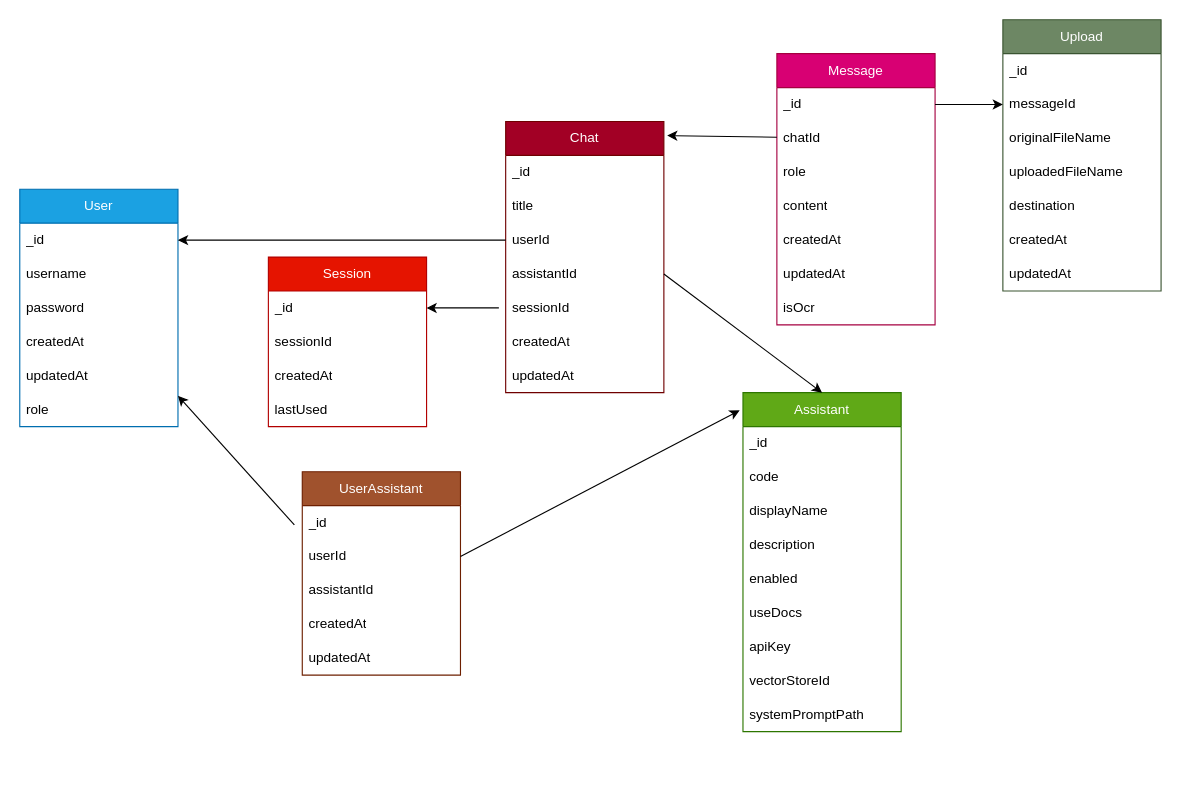
stevenyeo99/ulink-assistant keeps this draw.io diagram as documentation/architecture/Ulink Assistance Database Schema.drawio. Above is the earlier version. Source tidied: cells renumbered, new cells numbered last; positions are measured from the earlier drawing's top-left corner, leaving out a move shared by most shapes. Both pictures are drawn from the tidied source at 113%, with x=0, y=0 at pixel (19, 19).
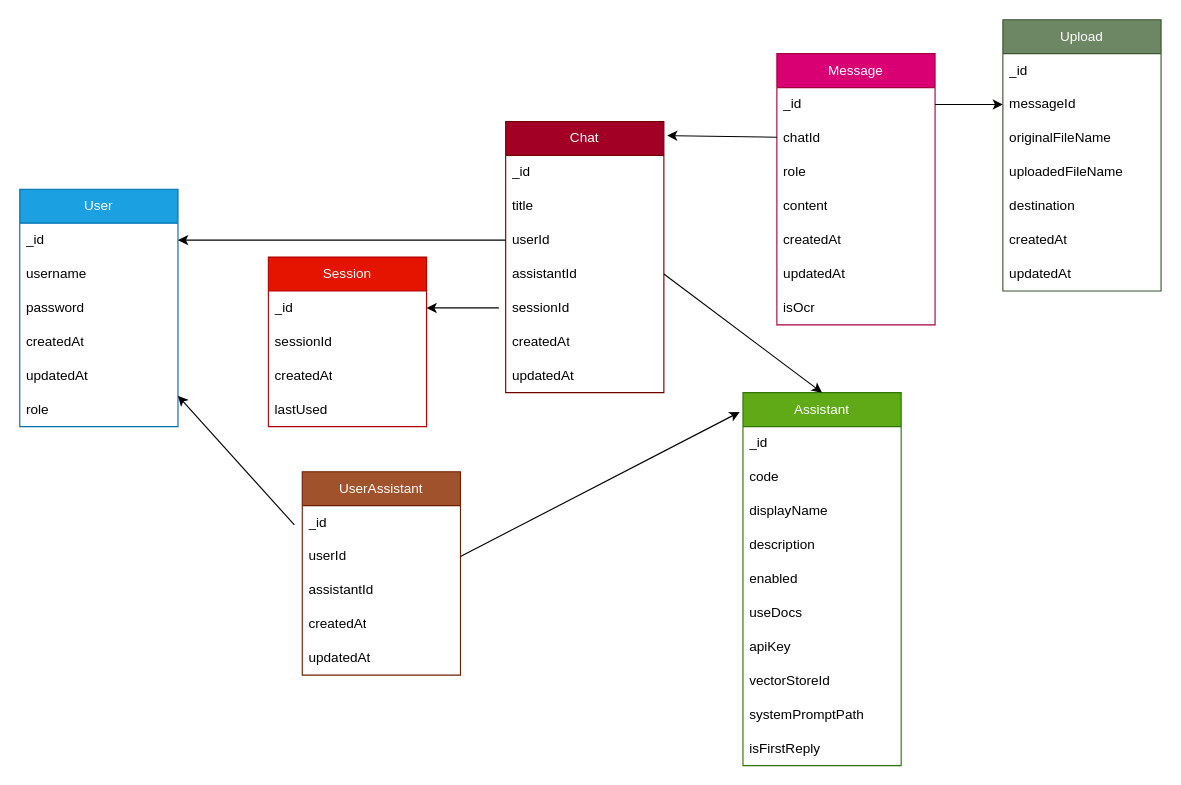
The same diagram, later.

Commit message (it also covers changes not shown here):
Implement "isFirstReply" flag for Assistant Rule during first initiate chat session.

Change to the diagram source:
```diff
@@
     <mxCell id="2" value="Assistant" style="swimlane;fontStyle=0;horizontal=1;startSize=30;whiteSpace=wrap;html=1;fillColor=#60a917;fontColor=#ffffff;strokeColor=#2D7600;" parent="1" vertex="1">
-      <mxGeometry x="640" y="330" width="140" height="300" as="geometry" />
+      <mxGeometry x="640" y="330" width="140" height="330" as="geometry" />
     </mxCell>
@@
+    <mxCell id="61" value="isFirstReply" style="text;strokeColor=none;fillColor=none;align=left;verticalAlign=middle;spacingLeft=4;spacingRight=4;overflow=hidden;whiteSpace=wrap;html=1;" parent="2" vertex="1">
+      <mxGeometry y="300" width="140" height="30" as="geometry" />
+    </mxCell>
```
